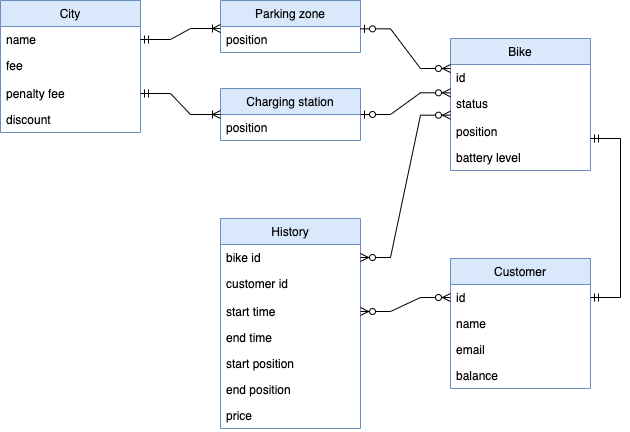
The draw.io diagram database/database-diagram.png in andreasthiberg/vteam-grupp5, before a commit. Source tidied: cells renumbered, new cells last; positions are measured from the earlier drawing's top-left corner, leaving out a move shared by most shapes.
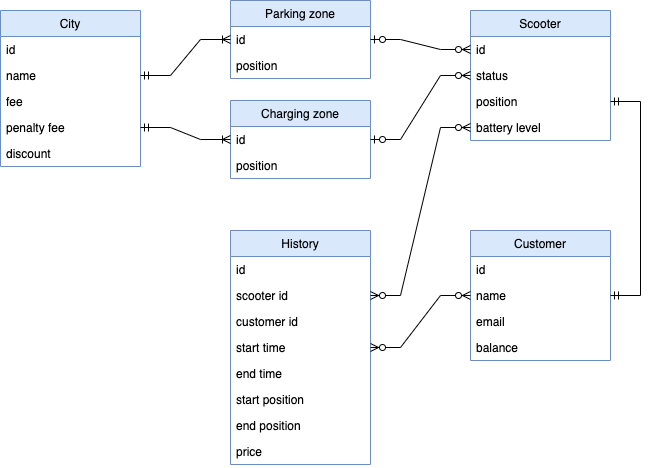
The same diagram one commit later.

What changed in the source:
```diff
@@ -2,107 +2,119 @@
   <root>
     <mxCell id="0" />
     <mxCell id="1" parent="0" />
+    <mxCell id="10" value="City" style="swimlane;fontStyle=0;horizontal=1;startSize=26;fillColor=#dae8fc;strokeColor=#6c8ebf;" parent="1" vertex="1">
+      <mxGeometry x="1250" y="8" width="140" height="156" as="geometry" />
+    </mxCell>
+    <mxCell id="36" value="id" style="text;strokeColor=none;fillColor=none;align=left;verticalAlign=top;spacingLeft=4;spacingRight=4;overflow=hidden;" parent="10" vertex="1">
+      <mxGeometry y="26" width="140" height="26" as="geometry" />
+    </mxCell>
+    <mxCell id="37" value="name" style="text;strokeColor=none;fillColor=none;align=left;verticalAlign=top;spacingLeft=4;spacingRight=4;overflow=hidden;points=[[0,0.5],[1,0.5]];portConstraint=eastwest;" parent="10" vertex="1">
+      <mxGeometry y="52" width="140" height="26" as="geometry" />
+    </mxCell>
+    <mxCell id="12" value="fee" style="text;strokeColor=none;fillColor=none;align=left;verticalAlign=top;spacingLeft=4;spacingRight=4;overflow=hidden;" parent="10" vertex="1">
+      <mxGeometry y="78" width="140" height="26" as="geometry" />
+    </mxCell>
+    <mxCell id="13" value="penalty fee" style="text;strokeColor=none;fillColor=none;align=left;verticalAlign=top;spacingLeft=4;spacingRight=4;overflow=hidden;points=[[0,0.5],[1,0.5]];portConstraint=eastwest;" parent="10" vertex="1">
+      <mxGeometry y="104" width="140" height="26" as="geometry" />
+    </mxCell>
+    <mxCell id="14" value="discount" style="text;strokeColor=none;fillColor=none;align=left;verticalAlign=top;spacingLeft=4;spacingRight=4;overflow=hidden;" parent="10" vertex="1">
+      <mxGeometry y="130" width="140" height="26" as="geometry" />
+    </mxCell>
+    <mxCell id="25" value="Parking zone" style="swimlane;fontStyle=0;horizontal=1;startSize=26;fillColor=#dae8fc;strokeColor=#6c8ebf;" parent="1" vertex="1">
+      <mxGeometry x="1480" y="-2" width="140" height="78" as="geometry" />
+    </mxCell>
+    <mxCell id="38" value="id" style="text;strokeColor=none;fillColor=none;align=left;verticalAlign=top;spacingLeft=4;spacingRight=4;overflow=hidden;points=[[0,0.5],[1,0.5]];portConstraint=eastwest;" parent="25" vertex="1">
+      <mxGeometry y="26" width="140" height="26" as="geometry" />
+    </mxCell>
+    <mxCell id="39" value="position" style="text;strokeColor=none;fillColor=none;align=left;verticalAlign=top;spacingLeft=4;spacingRight=4;overflow=hidden;" parent="25" vertex="1">
+      <mxGeometry y="52" width="140" height="26" as="geometry" />
+    </mxCell>
+    <mxCell id="40" value="Charging zone" style="swimlane;fontStyle=0;horizontal=1;startSize=26;fillColor=#dae8fc;strokeColor=#6c8ebf;" parent="1" vertex="1">
+      <mxGeometry x="1480" y="98" width="140" height="78" as="geometry" />
+    </mxCell>
+    <mxCell id="41" value="id" style="text;strokeColor=none;fillColor=none;align=left;verticalAlign=top;spacingLeft=4;spacingRight=4;overflow=hidden;points=[[0,0.5],[1,0.5]];portConstraint=eastwest;" parent="40" vertex="1">
+      <mxGeometry y="26" width="140" height="26" as="geometry" />
+    </mxCell>
+    <mxCell id="42" value="position" style="text;strokeColor=none;fillColor=none;align=left;verticalAlign=top;spacingLeft=4;spacingRight=4;overflow=hidden;" parent="40" vertex="1">
+      <mxGeometry y="52" width="140" height="26" as="geometry" />
+    </mxCell>
+    <mxCell id="43" value="Scooter" style="swimlane;fontStyle=0;horizontal=1;startSize=26;fillColor=#dae8fc;strokeColor=#6c8ebf;" parent="1" vertex="1">
+      <mxGeometry x="1720" y="8" width="140" height="130" as="geometry" />
+    </mxCell>
+    <mxCell id="44" value="id" style="text;strokeColor=none;fillColor=none;align=left;verticalAlign=top;spacingLeft=4;spacingRight=4;overflow=hidden;points=[[0,0.5],[1,0.5]];portConstraint=eastwest;" parent="43" vertex="1">
+      <mxGeometry y="26" width="140" height="26" as="geometry" />
+    </mxCell>
+    <mxCell id="17" value="status" style="text;strokeColor=none;fillColor=none;align=left;verticalAlign=top;spacingLeft=4;spacingRight=4;overflow=hidden;points=[[0,0.5],[1,0.5]];portConstraint=eastwest;" parent="43" vertex="1">
+      <mxGeometry y="52" width="140" height="26" as="geometry" />
+    </mxCell>
+    <mxCell id="45" value="position" style="text;strokeColor=none;fillColor=none;align=left;verticalAlign=top;spacingLeft=4;spacingRight=4;overflow=hidden;points=[[0,0.5],[1,0.5]];portConstraint=eastwest;" parent="43" vertex="1">
+      <mxGeometry y="78" width="140" height="26" as="geometry" />
+    </mxCell>
+    <mxCell id="19" value="battery level" style="text;strokeColor=none;fillColor=none;align=left;verticalAlign=top;spacingLeft=4;spacingRight=4;overflow=hidden;points=[[0,0.5],[1,0.5]];portConstraint=eastwest;" parent="43" vertex="1">
+      <mxGeometry y="104" width="140" height="26" as="geometry" />
+    </mxCell>
+    <mxCell id="20" value="Customer" style="swimlane;fontStyle=0;horizontal=1;startSize=26;fillColor=#dae8fc;strokeColor=#6c8ebf;" parent="1" vertex="1">
+      <mxGeometry x="1720" y="228" width="140" height="130" as="geometry" />
+    </mxCell>
+    <mxCell id="46" value="id" style="text;strokeColor=none;fillColor=none;align=left;verticalAlign=top;spacingLeft=4;spacingRight=4;overflow=hidden;" parent="20" vertex="1">
+      <mxGeometry y="26" width="140" height="26" as="geometry" />
+    </mxCell>
+    <mxCell id="47" value="name" style="text;strokeColor=none;fillColor=none;align=left;verticalAlign=top;spacingLeft=4;spacingRight=4;overflow=hidden;points=[[0,0.5],[1,0.5]];portConstraint=eastwest;" parent="20" vertex="1">
+      <mxGeometry y="52" width="140" height="26" as="geometry" />
+    </mxCell>
+    <mxCell id="23" value="email" style="text;strokeColor=none;fillColor=none;align=left;verticalAlign=top;spacingLeft=4;spacingRight=4;overflow=hidden;" parent="20" vertex="1">
+      <mxGeometry y="78" width="140" height="26" as="geometry" />
+    </mxCell>
+    <mxCell id="24" value="balance" style="text;strokeColor=none;fillColor=none;align=left;verticalAlign=top;spacingLeft=4;spacingRight=4;overflow=hidden;" parent="20" vertex="1">
+      <mxGeometry y="104" width="140" height="26" as="geometry" />
+    </mxCell>
     <mxCell id="2" value="History" style="swimlane;fontStyle=0;horizontal=1;startSize=26;fillColor=#dae8fc;strokeColor=#6c8ebf;" parent="1" vertex="1">
-      <mxGeometry x="220" y="218" width="140" height="210" as="geometry" />
+      <mxGeometry x="1480" y="228" width="140" height="234" as="geometry" />
     </mxCell>
-    <mxCell id="3" value="bike id" style="text;strokeColor=none;fillColor=none;align=left;verticalAlign=top;spacingLeft=4;spacingRight=4;overflow=hidden;points=[[0,0.5],[1,0.5]];portConstraint=eastwest;" parent="2" vertex="1">
-      <mxGeometry y="26" width="140" height="26" as="geometry" />
-    </mxCell>
+    <mxCell id="48" value="id" style="text;strokeColor=none;fillColor=none;align=left;verticalAlign=top;spacingLeft=4;spacingRight=4;overflow=hidden;" parent="2" vertex="1">
+      <mxGeometry y="26" width="140" height="26" as="geometry" />
+    </mxCell>
+    <mxCell id="49" value="scooter id" style="text;strokeColor=none;fillColor=none;align=left;verticalAlign=top;spacingLeft=4;spacingRight=4;overflow=hidden;points=[[0,0.5],[1,0.5]];portConstraint=eastwest;" parent="2" vertex="1">
+      <mxGeometry y="52" width="140" height="26" as="geometry" />
+    </mxCell>
     <mxCell id="4" value="customer id" style="text;strokeColor=none;fillColor=none;align=left;verticalAlign=top;spacingLeft=4;spacingRight=4;overflow=hidden;" parent="2" vertex="1">
-      <mxGeometry y="52" width="140" height="28" as="geometry" />
+      <mxGeometry y="78" width="140" height="26" as="geometry" />
     </mxCell>
     <mxCell id="5" value="start time" style="text;strokeColor=none;fillColor=none;align=left;verticalAlign=top;spacingLeft=4;spacingRight=4;overflow=hidden;points=[[0,0.5],[1,0.5]];portConstraint=eastwest;" parent="2" vertex="1">
-      <mxGeometry y="80" width="140" height="26" as="geometry" />
+      <mxGeometry y="104" width="140" height="26" as="geometry" />
     </mxCell>
     <mxCell id="6" value="end time" style="text;strokeColor=none;fillColor=none;align=left;verticalAlign=top;spacingLeft=4;spacingRight=4;overflow=hidden;" parent="2" vertex="1">
-      <mxGeometry y="106" width="140" height="26" as="geometry" />
+      <mxGeometry y="130" width="140" height="26" as="geometry" />
     </mxCell>
     <mxCell id="7" value="start position" style="text;strokeColor=none;fillColor=none;align=left;verticalAlign=top;spacingLeft=4;spacingRight=4;overflow=hidden;" parent="2" vertex="1">
-      <mxGeometry y="132" width="140" height="26" as="geometry" />
+      <mxGeometry y="156" width="140" height="26" as="geometry" />
     </mxCell>
     <mxCell id="8" value="end position" style="text;strokeColor=none;fillColor=none;align=left;verticalAlign=top;spacingLeft=4;spacingRight=4;overflow=hidden;" parent="2" vertex="1">
-      <mxGeometry y="158" width="140" height="26" as="geometry" />
+      <mxGeometry y="182" width="140" height="26" as="geometry" />
     </mxCell>
     <mxCell id="9" value="price" style="text;strokeColor=none;fillColor=none;align=left;verticalAlign=top;spacingLeft=4;spacingRight=4;overflow=hidden;" parent="2" vertex="1">
-      <mxGeometry y="184" width="140" height="26" as="geometry" />
+      <mxGeometry y="208" width="140" height="26" as="geometry" />
     </mxCell>
-    <mxCell id="10" value="City" style="swimlane;fontStyle=0;horizontal=1;startSize=26;fillColor=#dae8fc;strokeColor=#6c8ebf;" parent="1" vertex="1">
-      <mxGeometry width="140" height="132" as="geometry" />
-    </mxCell>
-    <mxCell id="11" value="name" style="text;strokeColor=none;fillColor=none;align=left;verticalAlign=top;spacingLeft=4;spacingRight=4;overflow=hidden;points=[[0,0.5],[1,0.5]];portConstraint=eastwest;" parent="10" vertex="1">
-      <mxGeometry y="26" width="140" height="26" as="geometry" />
-    </mxCell>
-    <mxCell id="12" value="fee" style="text;strokeColor=none;fillColor=none;align=left;verticalAlign=top;spacingLeft=4;spacingRight=4;overflow=hidden;" parent="10" vertex="1">
-      <mxGeometry y="52" width="140" height="28" as="geometry" />
-    </mxCell>
-    <mxCell id="13" value="penalty fee" style="text;strokeColor=none;fillColor=none;align=left;verticalAlign=top;spacingLeft=4;spacingRight=4;overflow=hidden;points=[[0,0.5],[1,0.5]];portConstraint=eastwest;" parent="10" vertex="1">
-      <mxGeometry y="80" width="140" height="26" as="geometry" />
-    </mxCell>
-    <mxCell id="14" value="discount" style="text;strokeColor=none;fillColor=none;align=left;verticalAlign=top;spacingLeft=4;spacingRight=4;overflow=hidden;" parent="10" vertex="1">
-      <mxGeometry y="106" width="140" height="26" as="geometry" />
-    </mxCell>
-    <mxCell id="15" value="Bike" style="swimlane;fontStyle=0;horizontal=1;startSize=26;fillColor=#dae8fc;strokeColor=#6c8ebf;" parent="1" vertex="1">
-      <mxGeometry x="450" y="38" width="140" height="132" as="geometry" />
-    </mxCell>
-    <mxCell id="16" value="id" style="text;strokeColor=none;fillColor=none;align=left;verticalAlign=top;spacingLeft=4;spacingRight=4;overflow=hidden;points=[[0,0.5],[1,0.5]];portConstraint=eastwest;" parent="15" vertex="1">
-      <mxGeometry y="26" width="140" height="26" as="geometry" />
-    </mxCell>
-    <mxCell id="17" value="status" style="text;strokeColor=none;fillColor=none;align=left;verticalAlign=top;spacingLeft=4;spacingRight=4;overflow=hidden;points=[[0,0.5],[1,0.5]];portConstraint=eastwest;" parent="15" vertex="1">
-      <mxGeometry y="52" width="140" height="28" as="geometry" />
-    </mxCell>
-    <mxCell id="18" value="position" style="text;strokeColor=none;fillColor=none;align=left;verticalAlign=top;spacingLeft=4;spacingRight=4;overflow=hidden;points=[[0,0.5],[1,0.5]];portConstraint=eastwest;" parent="15" vertex="1">
-      <mxGeometry y="80" width="140" height="26" as="geometry" />
-    </mxCell>
-    <mxCell id="19" value="battery level" style="text;strokeColor=none;fillColor=none;align=left;verticalAlign=top;spacingLeft=4;spacingRight=4;overflow=hidden;points=[[0,0.5],[1,0.5]];portConstraint=eastwest;" parent="15" vertex="1">
-      <mxGeometry y="106" width="140" height="26" as="geometry" />
-    </mxCell>
-    <mxCell id="20" value="Customer" style="swimlane;fontStyle=0;horizontal=1;startSize=26;fillColor=#dae8fc;strokeColor=#6c8ebf;" parent="1" vertex="1">
-      <mxGeometry x="450" y="258" width="140" height="130" as="geometry" />
-    </mxCell>
-    <mxCell id="21" value="id" style="text;strokeColor=none;fillColor=none;align=left;verticalAlign=top;spacingLeft=4;spacingRight=4;overflow=hidden;points=[[0,0.5],[1,0.5]];portConstraint=eastwest;" parent="20" vertex="1">
-      <mxGeometry y="26" width="140" height="26" as="geometry" />
-    </mxCell>
-    <mxCell id="22" value="name" style="text;strokeColor=none;fillColor=none;align=left;verticalAlign=top;spacingLeft=4;spacingRight=4;overflow=hidden;" parent="20" vertex="1">
-      <mxGeometry y="52" width="140" height="26" as="geometry" />
-    </mxCell>
-    <mxCell id="23" value="email" style="text;strokeColor=none;fillColor=none;align=left;verticalAlign=top;spacingLeft=4;spacingRight=4;overflow=hidden;" parent="20" vertex="1">
-      <mxGeometry y="78" width="140" height="26" as="geometry" />
-    </mxCell>
-    <mxCell id="24" value="balance" style="text;strokeColor=none;fillColor=none;align=left;verticalAlign=top;spacingLeft=4;spacingRight=4;overflow=hidden;" parent="20" vertex="1">
-      <mxGeometry y="104" width="140" height="26" as="geometry" />
-    </mxCell>
-    <mxCell id="25" value="Parking zone" style="swimlane;fontStyle=0;horizontal=1;startSize=26;fillColor=#dae8fc;strokeColor=#6c8ebf;" parent="1" vertex="1">
-      <mxGeometry x="220" width="140" height="52" as="geometry" />
-    </mxCell>
-    <mxCell id="26" value="position" style="text;strokeColor=none;fillColor=none;align=left;verticalAlign=top;spacingLeft=4;spacingRight=4;overflow=hidden;points=[[0,0.5],[1,0.5]];portConstraint=eastwest;" parent="25" vertex="1">
-      <mxGeometry y="26" width="140" height="26" as="geometry" />
-    </mxCell>
-    <mxCell id="27" value="Charging station" style="swimlane;fontStyle=0;horizontal=1;startSize=26;fillColor=#dae8fc;strokeColor=#6c8ebf;" parent="1" vertex="1">
-      <mxGeometry x="220" y="88" width="140" height="52" as="geometry" />
-    </mxCell>
-    <mxCell id="28" value="position" style="text;strokeColor=none;fillColor=none;align=left;verticalAlign=top;spacingLeft=4;spacingRight=4;overflow=hidden;" parent="27" vertex="1">
-      <mxGeometry y="26" width="140" height="26" as="geometry" />
-    </mxCell>
-    <mxCell id="29" style="edgeStyle=entityRelationEdgeStyle;fontSize=12;html=1;endArrow=ERoneToMany;startArrow=ERmandOne;rounded=0;exitX=1;exitY=0.5;exitDx=0;exitDy=0;entryX=0;entryY=0.077;entryDx=0;entryDy=0;entryPerimeter=0;" parent="1" edge="1" source="11" target="26">
-      <mxGeometry relative="1" as="geometry" />
-    </mxCell>
-    <mxCell id="30" style="edgeStyle=entityRelationEdgeStyle;fontSize=12;html=1;endArrow=ERoneToMany;startArrow=ERmandOne;rounded=0;exitX=1;exitY=0.5;exitDx=0;exitDy=0;entryX=0;entryY=0.5;entryDx=0;entryDy=0;" parent="1" edge="1" source="13" target="27">
-      <mxGeometry relative="1" as="geometry" />
-    </mxCell>
-    <mxCell id="31" style="edgeStyle=entityRelationEdgeStyle;fontSize=12;html=1;endArrow=ERzeroToMany;startArrow=ERzeroToOne;rounded=0;exitX=1;exitY=0.5;exitDx=0;exitDy=0;entryX=0;entryY=0.083;entryDx=0;entryDy=0;entryPerimeter=0;" parent="1" edge="1" source="27" target="17">
-      <mxGeometry relative="1" as="geometry" />
-    </mxCell>
-    <mxCell id="32" style="edgeStyle=entityRelationEdgeStyle;fontSize=12;html=1;endArrow=ERzeroToMany;startArrow=ERzeroToOne;rounded=0;exitX=1;exitY=0.09;exitDx=0;exitDy=0;exitPerimeter=0;entryX=0;entryY=0.154;entryDx=0;entryDy=0;entryPerimeter=0;" parent="1" edge="1" source="26" target="16">
-      <mxGeometry relative="1" as="geometry" />
-    </mxCell>
-    <mxCell id="33" style="edgeStyle=entityRelationEdgeStyle;fontSize=12;html=1;endArrow=ERzeroToMany;endFill=1;startArrow=ERzeroToMany;rounded=0;entryX=0;entryY=0.881;entryDx=0;entryDy=0;entryPerimeter=0;exitX=1;exitY=0.5;exitDx=0;exitDy=0;" parent="1" edge="1" source="3" target="17">
-      <mxGeometry relative="1" as="geometry" />
-    </mxCell>
-    <mxCell id="34" style="edgeStyle=entityRelationEdgeStyle;fontSize=12;html=1;endArrow=ERmandOne;startArrow=ERmandOne;rounded=0;entryX=1;entryY=0.769;entryDx=0;entryDy=0;entryPerimeter=0;" parent="1" edge="1" source="21" target="18">
-      <mxGeometry relative="1" as="geometry" />
-    </mxCell>
-    <mxCell id="35" style="edgeStyle=entityRelationEdgeStyle;fontSize=12;html=1;endArrow=ERzeroToMany;endFill=1;startArrow=ERzeroToMany;rounded=0;exitX=1;exitY=0.5;exitDx=0;exitDy=0;entryX=0;entryY=0.5;entryDx=0;entryDy=0;" parent="1" edge="1" source="5" target="21">
-      <mxGeometry relative="1" as="geometry" />
-    </mxCell>
+    <mxCell id="50" style="edgeStyle=entityRelationEdgeStyle;fontSize=12;html=1;endArrow=ERoneToMany;startArrow=ERmandOne;rounded=0;exitX=1;exitY=0.5;exitDx=0;exitDy=0;entryX=0;entryY=0.5;entryDx=0;entryDy=0;" parent="1" edge="1" source="37" target="38">
+      <mxGeometry relative="1" as="geometry" />
+    </mxCell>
+    <mxCell id="51" style="edgeStyle=entityRelationEdgeStyle;fontSize=12;html=1;endArrow=ERoneToMany;startArrow=ERmandOne;rounded=0;exitX=1;exitY=0.5;exitDx=0;exitDy=0;entryX=0;entryY=0.5;entryDx=0;entryDy=0;" parent="1" edge="1" source="13" target="41">
+      <mxGeometry relative="1" as="geometry" />
+    </mxCell>
+    <mxCell id="52" style="edgeStyle=entityRelationEdgeStyle;fontSize=12;html=1;endArrow=ERzeroToMany;startArrow=ERzeroToOne;rounded=0;exitX=1;exitY=0.5;exitDx=0;exitDy=0;entryX=0;entryY=0.5;entryDx=0;entryDy=0;" parent="1" edge="1" source="38" target="44">
+      <mxGeometry relative="1" as="geometry" />
+    </mxCell>
+    <mxCell id="53" style="edgeStyle=entityRelationEdgeStyle;fontSize=12;html=1;endArrow=ERzeroToMany;startArrow=ERzeroToOne;rounded=0;exitX=1;exitY=0.5;exitDx=0;exitDy=0;entryX=0;entryY=0.5;entryDx=0;entryDy=0;" parent="1" edge="1" source="41" target="17">
+      <mxGeometry relative="1" as="geometry" />
+    </mxCell>
+    <mxCell id="54" style="edgeStyle=entityRelationEdgeStyle;fontSize=12;html=1;endArrow=ERzeroToMany;endFill=1;startArrow=ERzeroToMany;rounded=0;exitX=1;exitY=0.5;exitDx=0;exitDy=0;entryX=0;entryY=0.5;entryDx=0;entryDy=0;" parent="1" edge="1" source="49" target="19">
+      <mxGeometry relative="1" as="geometry" />
+    </mxCell>
+    <mxCell id="55" style="edgeStyle=entityRelationEdgeStyle;fontSize=12;html=1;endArrow=ERzeroToMany;endFill=1;startArrow=ERzeroToMany;rounded=0;exitX=1;exitY=0.5;exitDx=0;exitDy=0;entryX=0;entryY=0.5;entryDx=0;entryDy=0;" parent="1" edge="1" source="5" target="47">
+      <mxGeometry relative="1" as="geometry" />
+    </mxCell>
+    <mxCell id="56" style="edgeStyle=entityRelationEdgeStyle;fontSize=12;html=1;endArrow=ERmandOne;startArrow=ERmandOne;rounded=0;exitX=1;exitY=0.5;exitDx=0;exitDy=0;entryX=1;entryY=0.5;entryDx=0;entryDy=0;" parent="1" edge="1" source="47" target="45">
+      <mxGeometry relative="1" as="geometry" />
+    </mxCell>
   </root>
 </mxGraphModel>
```
